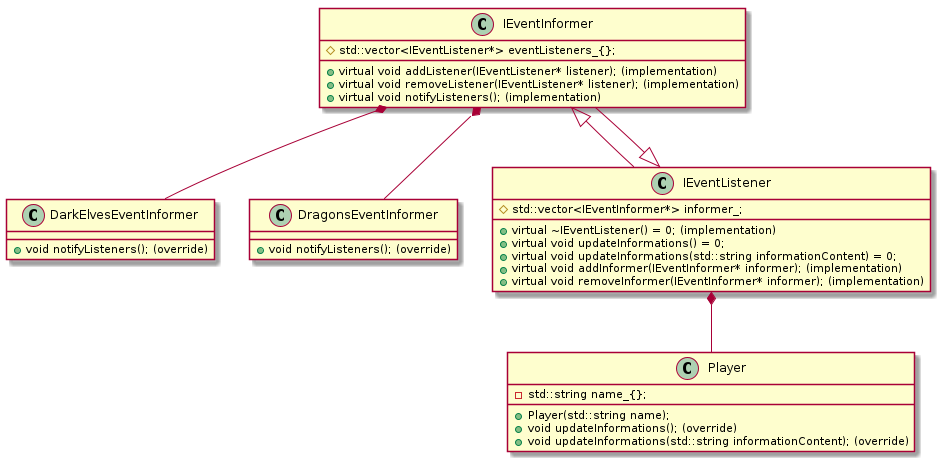
Before: withObserver/uml/umlWithObserver.png, a diagram exported from PlantUML (DamiXioR/observer-pattern-cpp).
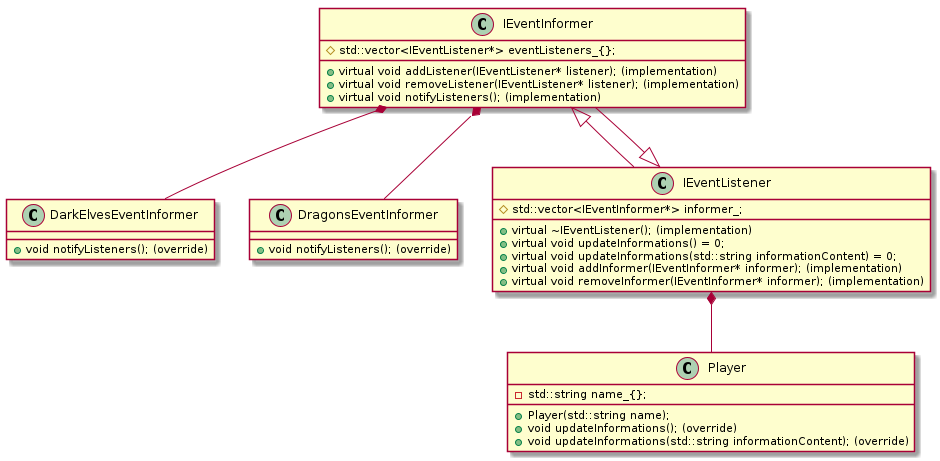
The same file after the commit.

Commit message:
fix uml diagram

Diff of the diagram source:
```diff
@@ -23,7 +23,7 @@
 
 class IEventListener {
 
-    +virtual ~IEventListener() = 0; (implementation)
+    +virtual ~IEventListener(); (implementation)
     +virtual void updateInformations() = 0;
     +virtual void updateInformations(std::string informationContent) = 0;
     +virtual void addInformer(IEventInformer* informer); (implementation)
```
